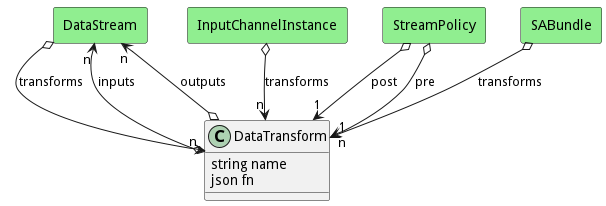
This is docs/sabr/diml/sabm/models/datatransform/logical.png from madajaju/sabr, a PlantUML export, as it was before one commit.
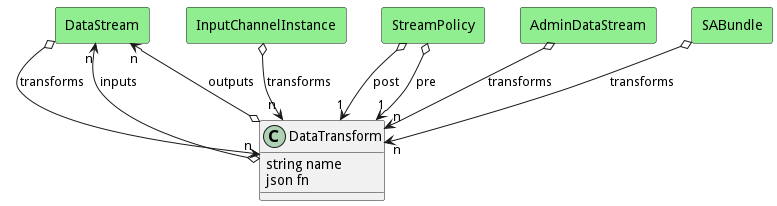
After the change.

The edit, as a diff of the source:
```diff
@@ -41,6 +41,11 @@
 
         StreamPolicy   o--> "1" Model : "pre"
 
+    rectangle "AdminDataStream" as AdminDataStream #lightgreen {
+    }
+
+        AdminDataStream   o--> "n" Model : "transforms"
+
     rectangle "SABundle" as SABundle #lightgreen {
     }
 
```
